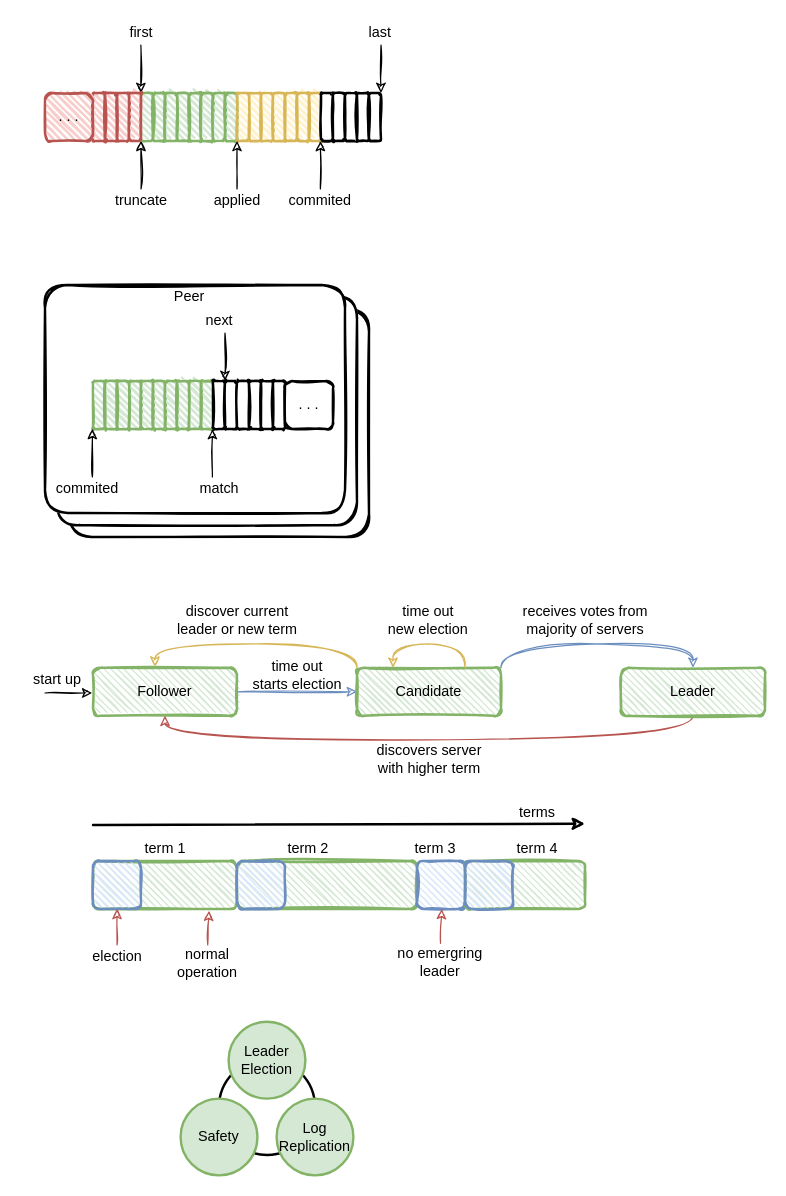
Earlier version of the draw.io diagram consensus/raft.drawio (EarthWind/deeparch). Source tidied: cells renumbered, new cells numbered last; positions are measured from the earlier drawing's top-left corner, leaving out a move shared by most shapes. Both pictures are drawn from the tidied source at 120%, with x=0, y=0 at pixel (20, 20).
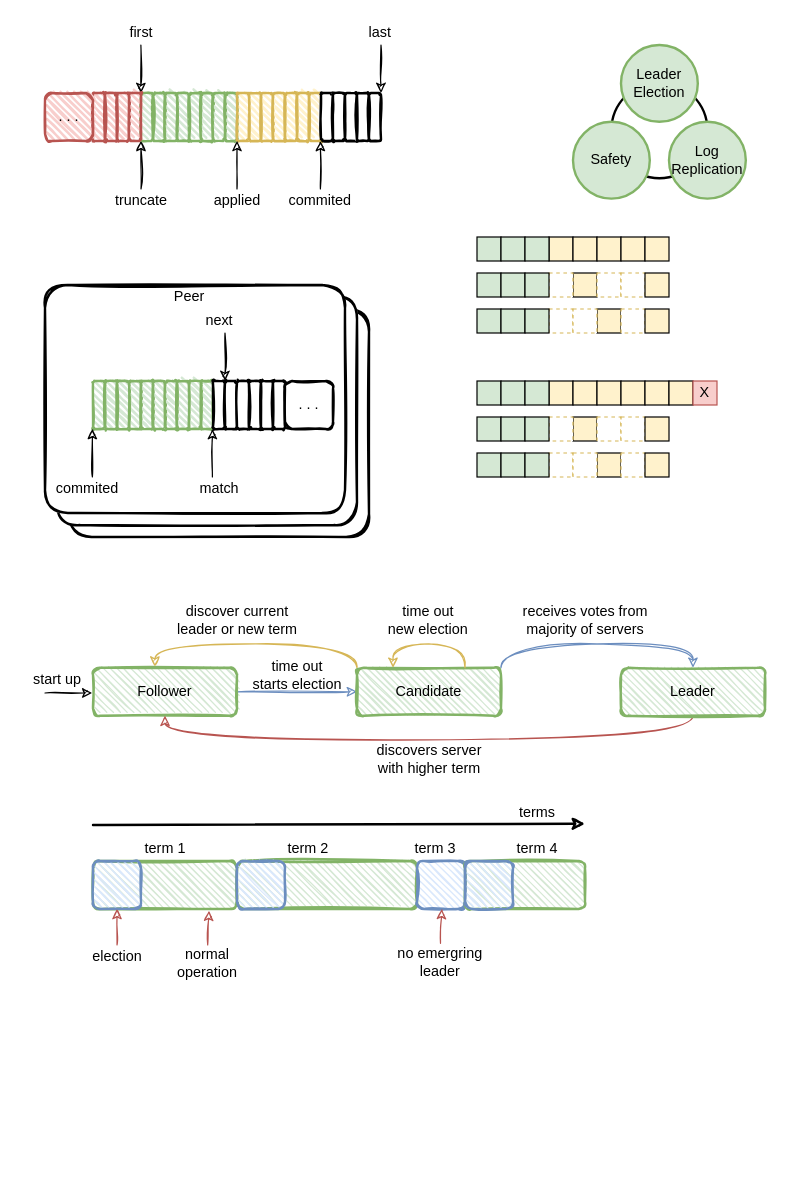
The same diagram, later.

What changed in the source:
```diff
@@
     <mxCell id="2" style="ellipse;whiteSpace=wrap;html=1;sketch=0;strokeWidth=2;" parent="1" vertex="1">
-      <mxGeometry x="165" y="865" width="80" height="80" as="geometry" />
+      <mxGeometry x="492" y="51" width="80" height="80" as="geometry" />
     </mxCell>
@@
     <mxCell id="99" value="Leader&lt;br&gt;Election" style="ellipse;whiteSpace=wrap;html=1;sketch=0;fillColor=#d5e8d4;strokeColor=#82b366;strokeWidth=2;" parent="1" vertex="1">
-      <mxGeometry x="173" y="834" width="64" height="64" as="geometry" />
+      <mxGeometry x="500" y="20" width="64" height="64" as="geometry" />
     </mxCell>
     <mxCell id="100" value="Log&lt;br&gt;Replication" style="ellipse;whiteSpace=wrap;html=1;sketch=0;fillColor=#d5e8d4;strokeColor=#82b366;strokeWidth=2;" parent="1" vertex="1">
-      <mxGeometry x="213" y="898" width="64" height="64" as="geometry" />
+      <mxGeometry x="540" y="84" width="64" height="64" as="geometry" />
     </mxCell>
     <mxCell id="101" value="Safety" style="ellipse;whiteSpace=wrap;html=1;sketch=0;fillColor=#d5e8d4;strokeColor=#82b366;strokeWidth=2;" parent="1" vertex="1">
-      <mxGeometry x="133" y="898" width="64" height="64" as="geometry" />
+      <mxGeometry x="460" y="84" width="64" height="64" as="geometry" />
     </mxCell>
+    <mxCell id="102" style="rounded=0;whiteSpace=wrap;html=1;fillColor=#d5e8d4;strokeColor=#000000;" parent="1" vertex="1">
+      <mxGeometry x="380" y="180" width="20" height="20" as="geometry" />
+    </mxCell>
+    <mxCell id="103" style="rounded=0;whiteSpace=wrap;html=1;fillColor=#fff2cc;strokeColor=#000000;" parent="1" vertex="1">
+      <mxGeometry x="440" y="180" width="20" height="20" as="geometry" />
+    </mxCell>
+    <mxCell id="104" style="rounded=0;whiteSpace=wrap;html=1;fillColor=#fff2cc;strokeColor=#000000;" parent="1" vertex="1">
+      <mxGeometry x="460" y="210" width="20" height="20" as="geometry" />
+    </mxCell>
+    <mxCell id="105" style="rounded=0;whiteSpace=wrap;html=1;fillColor=#fff2cc;strokeColor=#000000;" parent="1" vertex="1">
+      <mxGeometry x="480" y="240" width="20" height="20" as="geometry" />
+    </mxCell>
+    <mxCell id="106" style="rounded=0;whiteSpace=wrap;html=1;fillColor=#FFFFFF;strokeColor=#d6b656;dashed=1;" parent="1" vertex="1">
+      <mxGeometry x="440" y="210" width="20" height="20" as="geometry" />
+    </mxCell>
+    <mxCell id="107" style="rounded=0;whiteSpace=wrap;html=1;fillColor=#FFFFFF;strokeColor=#d6b656;dashed=1;" parent="1" vertex="1">
+      <mxGeometry x="440" y="240" width="20" height="20" as="geometry" />
+    </mxCell>
+    <mxCell id="108" style="rounded=0;whiteSpace=wrap;html=1;fillColor=#FFFFFF;strokeColor=#d6b656;dashed=1;" parent="1" vertex="1">
+      <mxGeometry x="460" y="240" width="20" height="20" as="geometry" />
+    </mxCell>
+    <mxCell id="109" style="rounded=0;whiteSpace=wrap;html=1;fillColor=#FFFFFF;strokeColor=#d6b656;dashed=1;" parent="1" vertex="1">
+      <mxGeometry x="480" y="210" width="20" height="20" as="geometry" />
+    </mxCell>
+    <mxCell id="110" style="rounded=0;whiteSpace=wrap;html=1;fillColor=#FFFFFF;strokeColor=#d6b656;dashed=1;" parent="1" vertex="1">
+      <mxGeometry x="500" y="210" width="20" height="20" as="geometry" />
+    </mxCell>
+    <mxCell id="111" style="rounded=0;whiteSpace=wrap;html=1;fillColor=#FFFFFF;strokeColor=#d6b656;dashed=1;" parent="1" vertex="1">
+      <mxGeometry x="500" y="240" width="20" height="20" as="geometry" />
+    </mxCell>
+    <mxCell id="112" style="rounded=0;whiteSpace=wrap;html=1;fillColor=#d5e8d4;strokeColor=#000000;" parent="1" vertex="1">
+      <mxGeometry x="400" y="180" width="20" height="20" as="geometry" />
+    </mxCell>
+    <mxCell id="113" style="rounded=0;whiteSpace=wrap;html=1;fillColor=#d5e8d4;strokeColor=#000000;" parent="1" vertex="1">
+      <mxGeometry x="420" y="180" width="20" height="20" as="geometry" />
+    </mxCell>
+    <mxCell id="114" style="rounded=0;whiteSpace=wrap;html=1;fillColor=#fff2cc;strokeColor=#000000;" parent="1" vertex="1">
+      <mxGeometry x="460" y="180" width="20" height="20" as="geometry" />
+    </mxCell>
+    <mxCell id="115" style="rounded=0;whiteSpace=wrap;html=1;fillColor=#fff2cc;strokeColor=#000000;" parent="1" vertex="1">
+      <mxGeometry x="480" y="180" width="20" height="20" as="geometry" />
+    </mxCell>
+    <mxCell id="116" style="rounded=0;whiteSpace=wrap;html=1;fillColor=#fff2cc;strokeColor=#000000;" parent="1" vertex="1">
+      <mxGeometry x="500" y="180" width="20" height="20" as="geometry" />
+    </mxCell>
+    <mxCell id="117" style="rounded=0;whiteSpace=wrap;html=1;fillColor=#fff2cc;strokeColor=#000000;" parent="1" vertex="1">
+      <mxGeometry x="520" y="180" width="20" height="20" as="geometry" />
+    </mxCell>
+    <mxCell id="118" style="rounded=0;whiteSpace=wrap;html=1;fillColor=#d5e8d4;strokeColor=#000000;" parent="1" vertex="1">
+      <mxGeometry x="380" y="210" width="20" height="20" as="geometry" />
+    </mxCell>
+    <mxCell id="119" style="rounded=0;whiteSpace=wrap;html=1;fillColor=#d5e8d4;strokeColor=#000000;" parent="1" vertex="1">
+      <mxGeometry x="400" y="210" width="20" height="20" as="geometry" />
+    </mxCell>
+    <mxCell id="120" style="rounded=0;whiteSpace=wrap;html=1;fillColor=#d5e8d4;strokeColor=#000000;" parent="1" vertex="1">
+      <mxGeometry x="420" y="210" width="20" height="20" as="geometry" />
+    </mxCell>
+    <mxCell id="121" style="rounded=0;whiteSpace=wrap;html=1;fillColor=#d5e8d4;strokeColor=#000000;" parent="1" vertex="1">
+      <mxGeometry x="380" y="240" width="20" height="20" as="geometry" />
+    </mxCell>
+    <mxCell id="122" style="rounded=0;whiteSpace=wrap;html=1;fillColor=#d5e8d4;strokeColor=#000000;" parent="1" vertex="1">
+      <mxGeometry x="400" y="240" width="20" height="20" as="geometry" />
+    </mxCell>
+    <mxCell id="123" style="rounded=0;whiteSpace=wrap;html=1;fillColor=#d5e8d4;strokeColor=#000000;" parent="1" vertex="1">
+      <mxGeometry x="420" y="240" width="20" height="20" as="geometry" />
+    </mxCell>
+    <mxCell id="124" style="rounded=0;whiteSpace=wrap;html=1;fillColor=#fff2cc;strokeColor=#000000;" parent="1" vertex="1">
+      <mxGeometry x="520" y="210" width="20" height="20" as="geometry" />
+    </mxCell>
+    <mxCell id="125" style="rounded=0;whiteSpace=wrap;html=1;fillColor=#fff2cc;strokeColor=#000000;" parent="1" vertex="1">
+      <mxGeometry x="520" y="240" width="20" height="20" as="geometry" />
+    </mxCell>
+    <mxCell id="126" style="rounded=0;whiteSpace=wrap;html=1;fillColor=#d5e8d4;strokeColor=#000000;" parent="1" vertex="1">
+      <mxGeometry x="380" y="300" width="20" height="20" as="geometry" />
+    </mxCell>
+    <mxCell id="127" style="rounded=0;whiteSpace=wrap;html=1;fillColor=#fff2cc;strokeColor=#000000;" parent="1" vertex="1">
+      <mxGeometry x="440" y="300" width="20" height="20" as="geometry" />
+    </mxCell>
+    <mxCell id="128" style="rounded=0;whiteSpace=wrap;html=1;fillColor=#fff2cc;strokeColor=#000000;" parent="1" vertex="1">
+      <mxGeometry x="460" y="330" width="20" height="20" as="geometry" />
+    </mxCell>
+    <mxCell id="129" style="rounded=0;whiteSpace=wrap;html=1;fillColor=#fff2cc;strokeColor=#000000;" parent="1" vertex="1">
+      <mxGeometry x="480" y="360" width="20" height="20" as="geometry" />
+    </mxCell>
+    <mxCell id="130" style="rounded=0;whiteSpace=wrap;html=1;fillColor=#FFFFFF;strokeColor=#d6b656;dashed=1;" parent="1" vertex="1">
+      <mxGeometry x="440" y="330" width="20" height="20" as="geometry" />
+    </mxCell>
+    <mxCell id="131" style="rounded=0;whiteSpace=wrap;html=1;fillColor=#FFFFFF;strokeColor=#d6b656;dashed=1;" parent="1" vertex="1">
+      <mxGeometry x="440" y="360" width="20" height="20" as="geometry" />
+    </mxCell>
+    <mxCell id="132" style="rounded=0;whiteSpace=wrap;html=1;fillColor=#FFFFFF;strokeColor=#d6b656;dashed=1;" parent="1" vertex="1">
+      <mxGeometry x="460" y="360" width="20" height="20" as="geometry" />
+    </mxCell>
+    <mxCell id="133" style="rounded=0;whiteSpace=wrap;html=1;fillColor=#FFFFFF;strokeColor=#d6b656;dashed=1;" parent="1" vertex="1">
+      <mxGeometry x="480" y="330" width="20" height="20" as="geometry" />
+    </mxCell>
+    <mxCell id="134" style="rounded=0;whiteSpace=wrap;html=1;fillColor=#FFFFFF;strokeColor=#d6b656;dashed=1;" parent="1" vertex="1">
+      <mxGeometry x="500" y="330" width="20" height="20" as="geometry" />
+    </mxCell>
+    <mxCell id="135" style="rounded=0;whiteSpace=wrap;html=1;fillColor=#FFFFFF;strokeColor=#d6b656;dashed=1;" parent="1" vertex="1">
+      <mxGeometry x="500" y="360" width="20" height="20" as="geometry" />
+    </mxCell>
+    <mxCell id="136" style="rounded=0;whiteSpace=wrap;html=1;fillColor=#d5e8d4;strokeColor=#000000;" parent="1" vertex="1">
+      <mxGeometry x="400" y="300" width="20" height="20" as="geometry" />
+    </mxCell>
+    <mxCell id="137" style="rounded=0;whiteSpace=wrap;html=1;fillColor=#d5e8d4;strokeColor=#000000;" parent="1" vertex="1">
+      <mxGeometry x="420" y="300" width="20" height="20" as="geometry" />
+    </mxCell>
+    <mxCell id="138" style="rounded=0;whiteSpace=wrap;html=1;fillColor=#fff2cc;strokeColor=#000000;" parent="1" vertex="1">
+      <mxGeometry x="460" y="300" width="20" height="20" as="geometry" />
+    </mxCell>
+    <mxCell id="139" style="rounded=0;whiteSpace=wrap;html=1;fillColor=#fff2cc;strokeColor=#000000;" parent="1" vertex="1">
+      <mxGeometry x="480" y="300" width="20" height="20" as="geometry" />
+    </mxCell>
+    <mxCell id="140" style="rounded=0;whiteSpace=wrap;html=1;fillColor=#fff2cc;strokeColor=#000000;" parent="1" vertex="1">
+      <mxGeometry x="500" y="300" width="20" height="20" as="geometry" />
+    </mxCell>
+    <mxCell id="141" style="rounded=0;whiteSpace=wrap;html=1;fillColor=#fff2cc;strokeColor=#000000;" parent="1" vertex="1">
+      <mxGeometry x="520" y="300" width="20" height="20" as="geometry" />
+    </mxCell>
+    <mxCell id="142" style="rounded=0;whiteSpace=wrap;html=1;fillColor=#d5e8d4;strokeColor=#000000;" parent="1" vertex="1">
+      <mxGeometry x="380" y="330" width="20" height="20" as="geometry" />
+    </mxCell>
+    <mxCell id="143" style="rounded=0;whiteSpace=wrap;html=1;fillColor=#d5e8d4;strokeColor=#000000;" parent="1" vertex="1">
+      <mxGeometry x="400" y="330" width="20" height="20" as="geometry" />
+    </mxCell>
+    <mxCell id="144" style="rounded=0;whiteSpace=wrap;html=1;fillColor=#d5e8d4;strokeColor=#000000;" parent="1" vertex="1">
+      <mxGeometry x="420" y="330" width="20" height="20" as="geometry" />
+    </mxCell>
+    <mxCell id="145" style="rounded=0;whiteSpace=wrap;html=1;fillColor=#d5e8d4;strokeColor=#000000;" parent="1" vertex="1">
+      <mxGeometry x="380" y="360" width="20" height="20" as="geometry" />
+    </mxCell>
+    <mxCell id="146" style="rounded=0;whiteSpace=wrap;html=1;fillColor=#d5e8d4;strokeColor=#000000;" parent="1" vertex="1">
+      <mxGeometry x="400" y="360" width="20" height="20" as="geometry" />
+    </mxCell>
+    <mxCell id="147" style="rounded=0;whiteSpace=wrap;html=1;fillColor=#d5e8d4;strokeColor=#000000;" parent="1" vertex="1">
+      <mxGeometry x="420" y="360" width="20" height="20" as="geometry" />
+    </mxCell>
+    <mxCell id="148" style="rounded=0;whiteSpace=wrap;html=1;fillColor=#fff2cc;strokeColor=#000000;" parent="1" vertex="1">
+      <mxGeometry x="520" y="330" width="20" height="20" as="geometry" />
+    </mxCell>
+    <mxCell id="149" style="rounded=0;whiteSpace=wrap;html=1;fillColor=#fff2cc;strokeColor=#000000;" parent="1" vertex="1">
+      <mxGeometry x="520" y="360" width="20" height="20" as="geometry" />
+    </mxCell>
+    <mxCell id="150" style="rounded=0;whiteSpace=wrap;html=1;fillColor=#fff2cc;strokeColor=#000000;" parent="1" vertex="1">
+      <mxGeometry x="540" y="300" width="20" height="20" as="geometry" />
+    </mxCell>
+    <mxCell id="151" value="X" style="rounded=0;whiteSpace=wrap;html=1;fillColor=#f8cecc;strokeColor=#b85450;" parent="1" vertex="1">
+      <mxGeometry x="560" y="300" width="20" height="20" as="geometry" />
+    </mxCell>
```
